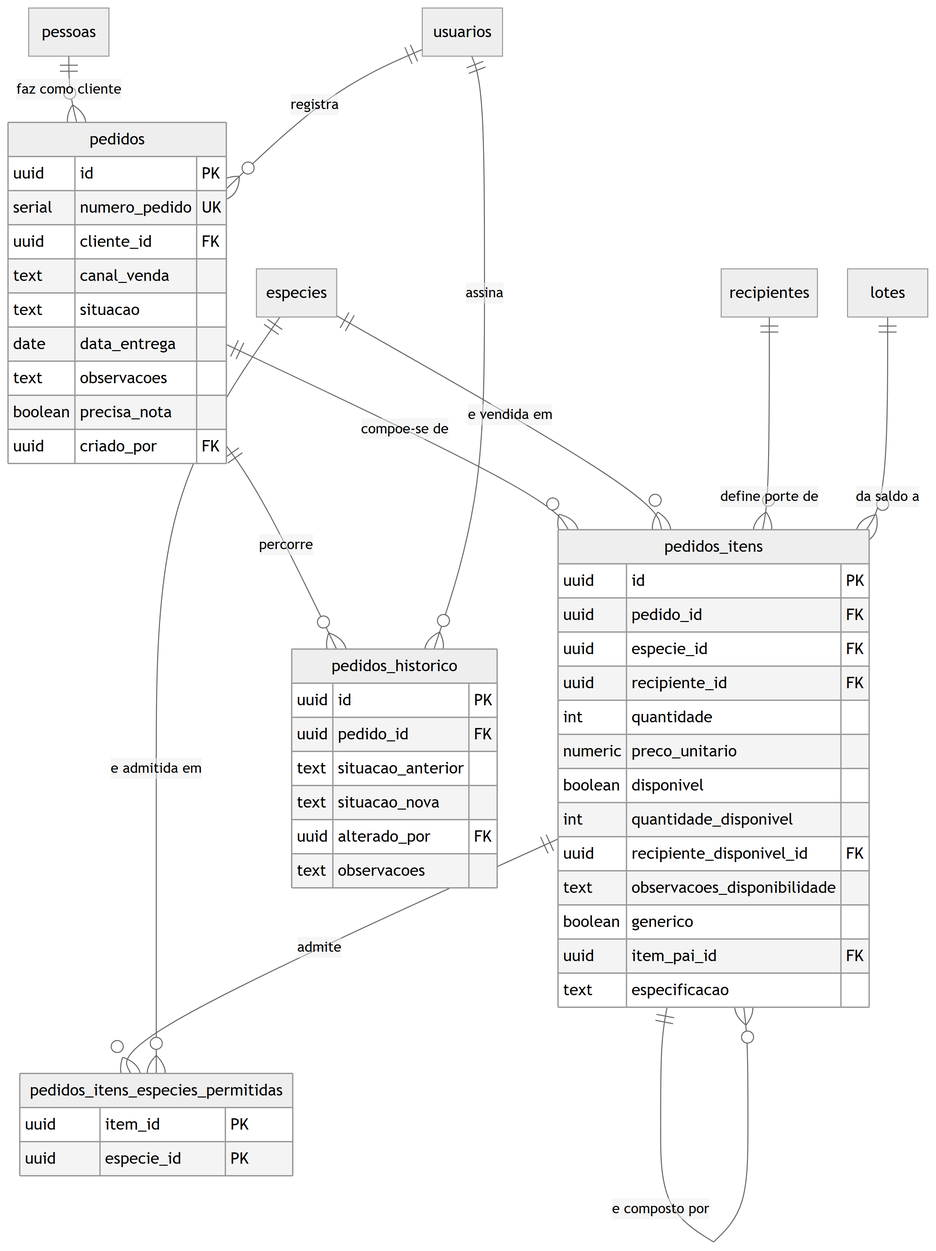
The Mermaid diagram docs/engenharia/modelo-dados-pt/img/fig17-comercial-pedido.png in JoaoMudar/tcc, before a commit. Its source is kept beside it as docs/engenharia/modelo-dados-pt/mmd/fig17-comercial-pedido.mmd.
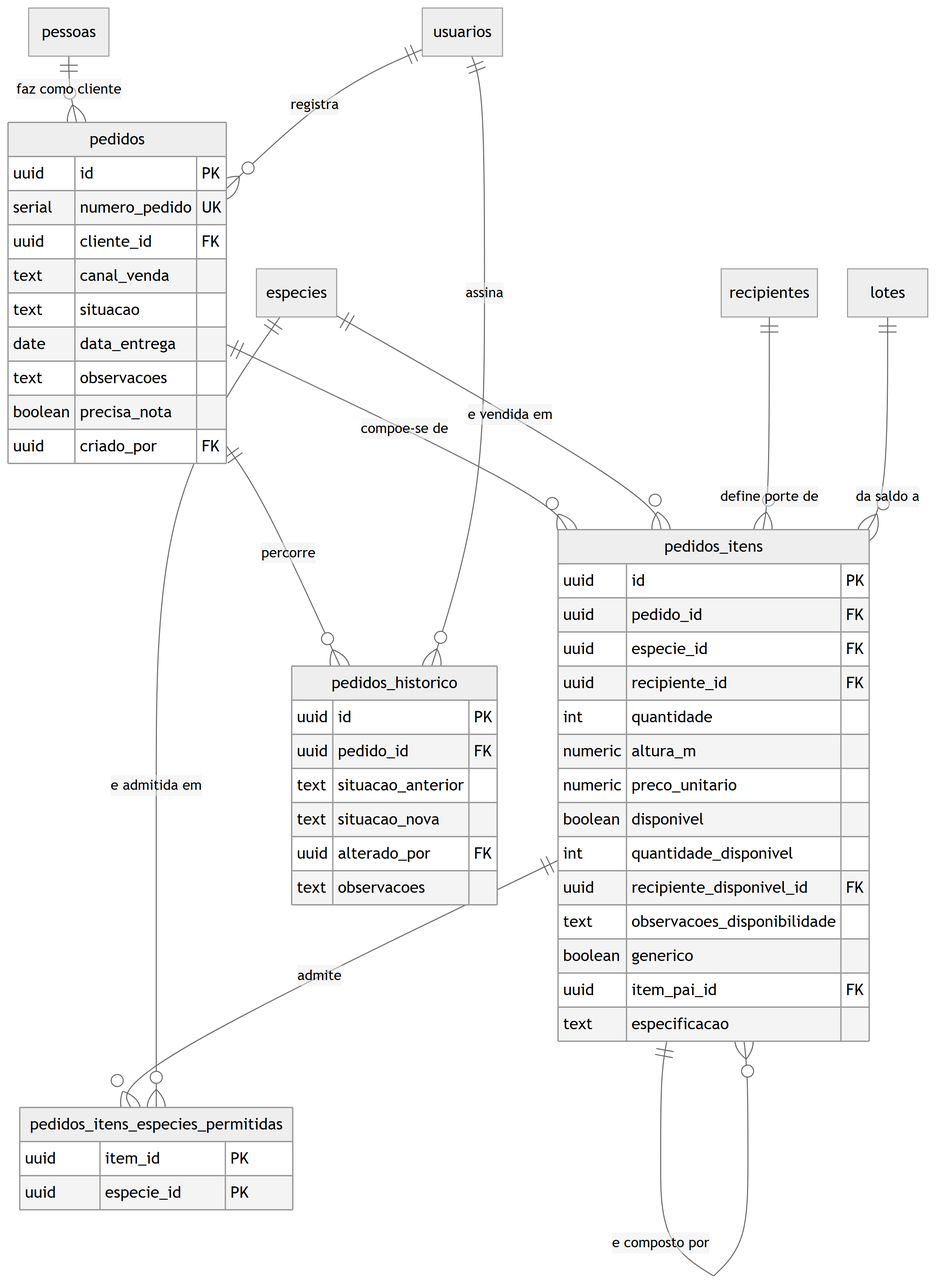
The same file after the commit.

The edit, as a diff of the source:
```diff
@@ -16,6 +16,7 @@
     uuid    especie_id FK
     uuid    recipiente_id FK
     int     quantidade
+    numeric altura_m
     numeric preco_unitario
     boolean disponivel
     int     quantidade_disponivel
```
